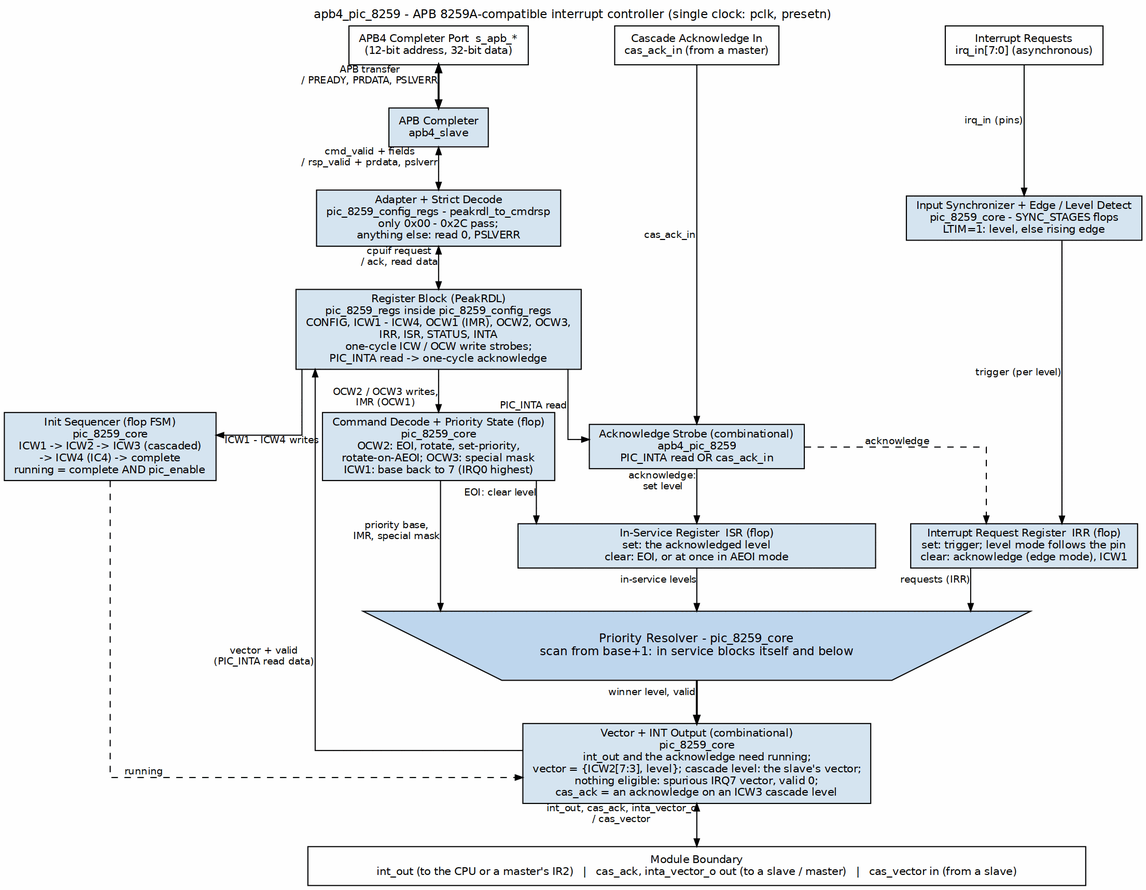
Before: projects/components/legacy-ip/retro_legacy_blocks/docs/pic_8259_mas/assets/graphviz/pic_8259_whole_unit.png, a diagram exported from Graphviz (sean-galloway/RTLDesignSherpa). Its source is kept beside it as projects/components/legacy-ip/retro_legacy_blocks/docs/pic_8259_mas/assets/graphviz/pic_8259_whole_unit.dot. Source of this version:
```dot
digraph pic_8259_whole_unit {
    graph [rankdir=TB, bgcolor="white", fontname="Helvetica", fontsize=11,
           nodesep="0.45", ranksep="0.55", splines=ortho, newrank=true,
           label="apb4_pic_8259 - APB 8259A-compatible interrupt controller (single clock: pclk, presetn)",
           labelloc=t, labeljust=c];
    node  [fontname="Helvetica", fontsize=10, shape=box, style=filled,
           fillcolor="#D6E4F0", color="black", margin="0.12,0.06"];
    edge  [fontname="Helvetica", fontsize=9, color="black", arrowsize=0.7];

    apb  [group=B, fillcolor="white", label="APB4 Completer Port  s_apb_*\n(12-bit address, 32-bit data)"];
    casi [group=C, fillcolor="white", label="Cascade Acknowledge In\ncas_ack_in (from a master)"];
    irqp [group=D, fillcolor="white", label="Interrupt Requests\nirq_in[7:0] (asynchronous)"];

    slv  [group=B, label="APB Completer\napb4_slave"];
    dec  [group=B, label="Adapter + Strict Decode\npic_8259_config_regs - peakrdl_to_cmdrsp\nonly 0x00 - 0x2C pass;\nanything else: read 0, PSLVERR"];
    regs [group=B, label="Register Block (PeakRDL)\npic_8259_regs inside pic_8259_config_regs\nCONFIG, ICW1 - ICW4, OCW1 (IMR), OCW2, OCW3,\nIRR, ISR, STATUS, INTA\none-cycle ICW / OCW write strobes;\nPIC_INTA read -> one-cycle acknowledge"];

    sync [group=D, label="Input Synchronizer + Edge / Level Detect\npic_8259_core - SYNC_STAGES flops\nLTIM=1: level, else rising edge"];

    init [group=A1, label="Init Sequencer (flop FSM)\npic_8259_core\nICW1 -> ICW2 -> ICW3 (cascaded)\n-> ICW4 (IC4) -> complete\nrunning = complete AND pic_enable"];
    cmd  [group=A2, label="Command Decode + Priority State (flop)\npic_8259_core\nOCW2: EOI, rotate, set-priority,\nrotate-on-AEOI; OCW3: special mask\nICW1: base back to 7 (IRQ0 highest)"];
    ack  [group=C, label="Acknowledge Strobe (combinational)\napb4_pic_8259\nPIC_INTA read OR cas_ack_in"];

    isr  [group=C, width=4.6, label="In-Service Register  ISR (flop)\nset: the acknowledged level\nclear: EOI, or at once in AEOI mode"];
    irr  [group=D, label="Interrupt Request Register  IRR (flop)\nset: trigger; level mode follows the pin\nclear: acknowledge (edge mode), ICW1"];

    res  [group=C, shape=invtrapezium, width=7.5, fillcolor="#BFD7EE", fontsize=11,
          label="Priority Resolver - pic_8259_core\nscan from base+1: in service blocks itself and below"];

    vec  [group=C, label="Vector + INT Output (combinational)\npic_8259_core\nint_out and the acknowledge need running;\nvector = {ICW2[7:3], level}; cascade level: the slave's vector;\nnothing eligible: spurious IRQ7 vector, valid 0;\ncas_ack = an acknowledge on an ICW3 cascade level"];

    bar  [group=C, fillcolor="white", width=10.0,
          label="Module Boundary\nint_out (to the CPU or a master's IR2)   |   cas_ack, inta_vector_o out (to a slave / master)   |   cas_vector in (from a slave)"];

    apb  -> slv  [dir=both, penwidth=1.8, xlabel="APB transfer\n/ PREADY, PRDATA, PSLVERR"];
    slv  -> dec  [dir=both, xlabel="cmd_valid + fields\n/ rsp_valid + prdata, pslverr"];
    dec  -> regs [dir=both, xlabel="cpuif request\n/ ack, read data"];

    regs -> init [xlabel="ICW1 - ICW4 writes"];
    regs -> cmd  [xlabel="OCW2 / OCW3 writes,\nIMR (OCW1)"];
    cmd  -> isr  [xlabel="EOI: clear level"];
    cmd  -> res  [xlabel="priority base,\nIMR, special mask"];
    init -> vec  [style=dashed, xlabel="running"];

    regs -> ack  [xlabel="PIC_INTA read"];
    casi -> ack  [xlabel="cas_ack_in"];
    ack  -> isr  [xlabel="acknowledge:\nset level"];
    ack  -> irr  [style=dashed, xlabel="acknowledge"];

    irqp -> sync [xlabel="irq_in (pins)"];
    sync -> irr  [xlabel="trigger (per level)"];
    irr  -> res  [xlabel="requests (IRR)"];
    isr  -> res  [xlabel="in-service levels"];

    res  -> vec  [penwidth=1.8, xlabel="winner level, valid"];
    vec  -> bar  [dir=both, xlabel="int_out, cas_ack, inta_vector_o\n/ cas_vector"];
    regs -> vec  [dir=back, xlabel="vector + valid\n(PIC_INTA read data)"];

    { rank=same; apb; casi; irqp; }
    { rank=same; dec; sync; }
    { rank=same; init; cmd; ack; }
    { rank=same; isr; irr; }
    init -> cmd -> ack [style=invis];
    apb -> casi -> irqp [style=invis];
    isr -> irr [style=invis];
}
```
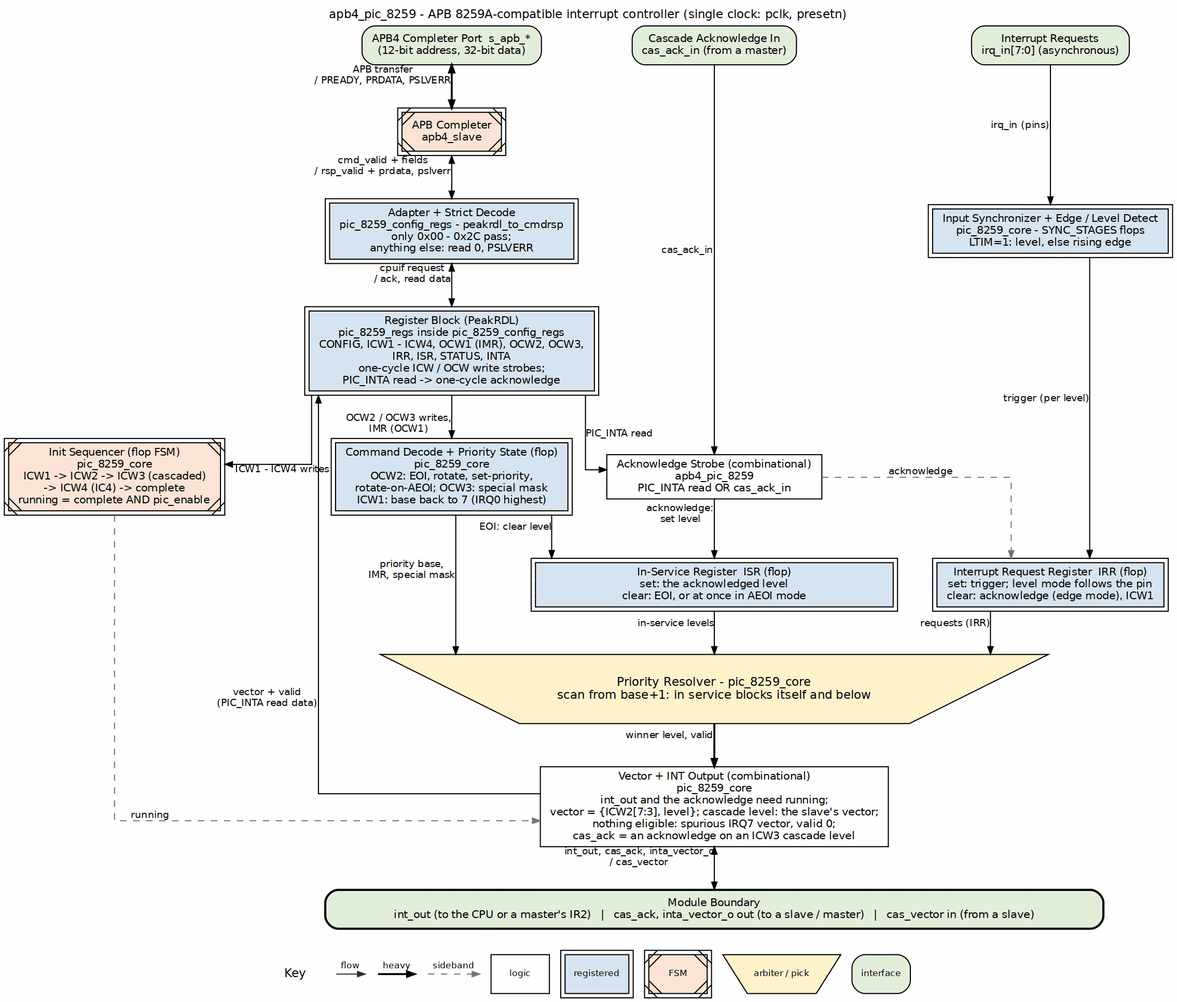
The same file after the commit.

The edit, as a diff of the source:
```diff
@@ -4,33 +4,33 @@
            label="apb4_pic_8259 - APB 8259A-compatible interrupt controller (single clock: pclk, presetn)",
            labelloc=t, labeljust=c];
     node  [fontname="Helvetica", fontsize=10, shape=box, style=filled,
-           fillcolor="#D6E4F0", color="black", margin="0.12,0.06"];
+           fillcolor="white", color="black", margin="0.12,0.06"];
     edge  [fontname="Helvetica", fontsize=9, color="black", arrowsize=0.7];
 
-    apb  [group=B, fillcolor="white", label="APB4 Completer Port  s_apb_*\n(12-bit address, 32-bit data)"];
-    casi [group=C, fillcolor="white", label="Cascade Acknowledge In\ncas_ack_in (from a master)"];
-    irqp [group=D, fillcolor="white", label="Interrupt Requests\nirq_in[7:0] (asynchronous)"];
+    apb  [group=B, fillcolor="white", label="APB4 Completer Port  s_apb_*\n(12-bit address, 32-bit data)", style="rounded,filled", fillcolor="#E2EFDA"];
+    casi [group=C, fillcolor="white", label="Cascade Acknowledge In\ncas_ack_in (from a master)", style="rounded,filled", fillcolor="#E2EFDA"];
+    irqp [group=D, fillcolor="white", label="Interrupt Requests\nirq_in[7:0] (asynchronous)", style="rounded,filled", fillcolor="#E2EFDA"];
 
-    slv  [group=B, label="APB Completer\napb4_slave"];
-    dec  [group=B, label="Adapter + Strict Decode\npic_8259_config_regs - peakrdl_to_cmdrsp\nonly 0x00 - 0x2C pass;\nanything else: read 0, PSLVERR"];
-    regs [group=B, label="Register Block (PeakRDL)\npic_8259_regs inside pic_8259_config_regs\nCONFIG, ICW1 - ICW4, OCW1 (IMR), OCW2, OCW3,\nIRR, ISR, STATUS, INTA\none-cycle ICW / OCW write strobes;\nPIC_INTA read -> one-cycle acknowledge"];
+    slv  [group=B, label="APB Completer\napb4_slave", peripheries=2, style="filled,diagonals", fillcolor="#FCE4D6"];
+    dec  [group=B, label="Adapter + Strict Decode\npic_8259_config_regs - peakrdl_to_cmdrsp\nonly 0x00 - 0x2C pass;\nanything else: read 0, PSLVERR", peripheries=2, style="filled", fillcolor="#D6E4F0"];
+    regs [group=B, label="Register Block (PeakRDL)\npic_8259_regs inside pic_8259_config_regs\nCONFIG, ICW1 - ICW4, OCW1 (IMR), OCW2, OCW3,\nIRR, ISR, STATUS, INTA\none-cycle ICW / OCW write strobes;\nPIC_INTA read -> one-cycle acknowledge", peripheries=2, style="filled", fillcolor="#D6E4F0"];
 
-    sync [group=D, label="Input Synchronizer + Edge / Level Detect\npic_8259_core - SYNC_STAGES flops\nLTIM=1: level, else rising edge"];
+    sync [group=D, label="Input Synchronizer + Edge / Level Detect\npic_8259_core - SYNC_STAGES flops\nLTIM=1: level, else rising edge", peripheries=2, style="filled", fillcolor="#D6E4F0"];
 
-    init [group=A1, label="Init Sequencer (flop FSM)\npic_8259_core\nICW1 -> ICW2 -> ICW3 (cascaded)\n-> ICW4 (IC4) -> complete\nrunning = complete AND pic_enable"];
-    cmd  [group=A2, label="Command Decode + Priority State (flop)\npic_8259_core\nOCW2: EOI, rotate, set-priority,\nrotate-on-AEOI; OCW3: special mask\nICW1: base back to 7 (IRQ0 highest)"];
-    ack  [group=C, label="Acknowledge Strobe (combinational)\napb4_pic_8259\nPIC_INTA read OR cas_ack_in"];
+    init [group=A1, label="Init Sequencer (flop FSM)\npic_8259_core\nICW1 -> ICW2 -> ICW3 (cascaded)\n-> ICW4 (IC4) -> complete\nrunning = complete AND pic_enable", peripheries=2, style="filled,diagonals", fillcolor="#FCE4D6"];
+    cmd  [group=A2, label="Command Decode + Priority State (flop)\npic_8259_core\nOCW2: EOI, rotate, set-priority,\nrotate-on-AEOI; OCW3: special mask\nICW1: base back to 7 (IRQ0 highest)", peripheries=2, style="filled", fillcolor="#D6E4F0"];
+    ack  [group=C, label="Acknowledge Strobe (combinational)\napb4_pic_8259\nPIC_INTA read OR cas_ack_in", style="filled", fillcolor="white"];
 
-    isr  [group=C, width=4.6, label="In-Service Register  ISR (flop)\nset: the acknowledged level\nclear: EOI, or at once in AEOI mode"];
-    irr  [group=D, label="Interrupt Request Register  IRR (flop)\nset: trigger; level mode follows the pin\nclear: acknowledge (edge mode), ICW1"];
+    isr  [group=C, width=4.6, label="In-Service Register  ISR (flop)\nset: the acknowledged level\nclear: EOI, or at once in AEOI mode", peripheries=2, style="filled", fillcolor="#D6E4F0"];
+    irr  [group=D, label="Interrupt Request Register  IRR (flop)\nset: trigger; level mode follows the pin\nclear: acknowledge (edge mode), ICW1", peripheries=2, style="filled", fillcolor="#D6E4F0"];
 
     res  [group=C, shape=invtrapezium, width=7.5, fillcolor="#BFD7EE", fontsize=11,
-          label="Priority Resolver - pic_8259_core\nscan from base+1: in service blocks itself and below"];
+          label="Priority Resolver - pic_8259_core\nscan from base+1: in service blocks itself and below", style="filled", fillcolor="#FFF2CC"];
 
-    vec  [group=C, label="Vector + INT Output (combinational)\npic_8259_core\nint_out and the acknowledge need running;\nvector = {ICW2[7:3], level}; cascade level: the slave's vector;\nnothing eligible: spurious IRQ7 vector, valid 0;\ncas_ack = an acknowledge on an ICW3 cascade level"];
+    vec  [group=C, label="Vector + INT Output (combinational)\npic_8259_core\nint_out and the acknowledge need running;\nvector = {ICW2[7:3], level}; cascade level: the slave's vector;\nnothing eligible: spurious IRQ7 vector, valid 0;\ncas_ack = an acknowledge on an ICW3 cascade level", style="filled", fillcolor="white"];
 
     bar  [group=C, fillcolor="white", width=10.0,
-          label="Module Boundary\nint_out (to the CPU or a master's IR2)   |   cas_ack, inta_vector_o out (to a slave / master)   |   cas_vector in (from a slave)"];
+          label="Module Boundary\nint_out (to the CPU or a master's IR2)   |   cas_ack, inta_vector_o out (to a slave / master)   |   cas_vector in (from a slave)", style="rounded,filled,bold", fillcolor="#E2EFDA"];
 
     apb  -> slv  [dir=both, penwidth=1.8, xlabel="APB transfer\n/ PREADY, PRDATA, PSLVERR"];
     slv  -> dec  [dir=both, xlabel="cmd_valid + fields\n/ rsp_valid + prdata, pslverr"];
@@ -40,12 +40,12 @@
     regs -> cmd  [xlabel="OCW2 / OCW3 writes,\nIMR (OCW1)"];
     cmd  -> isr  [xlabel="EOI: clear level"];
     cmd  -> res  [xlabel="priority base,\nIMR, special mask"];
-    init -> vec  [style=dashed, xlabel="running"];
+    init -> vec  [style=dashed, color="#777777", xlabel="running"];
 
     regs -> ack  [xlabel="PIC_INTA read"];
     casi -> ack  [xlabel="cas_ack_in"];
     ack  -> isr  [xlabel="acknowledge:\nset level"];
-    ack  -> irr  [style=dashed, xlabel="acknowledge"];
+    ack  -> irr  [style=dashed, color="#777777", xlabel="acknowledge"];
 
     irqp -> sync [xlabel="irq_in (pins)"];
     sync -> irr  [xlabel="trigger (per level)"];
```
